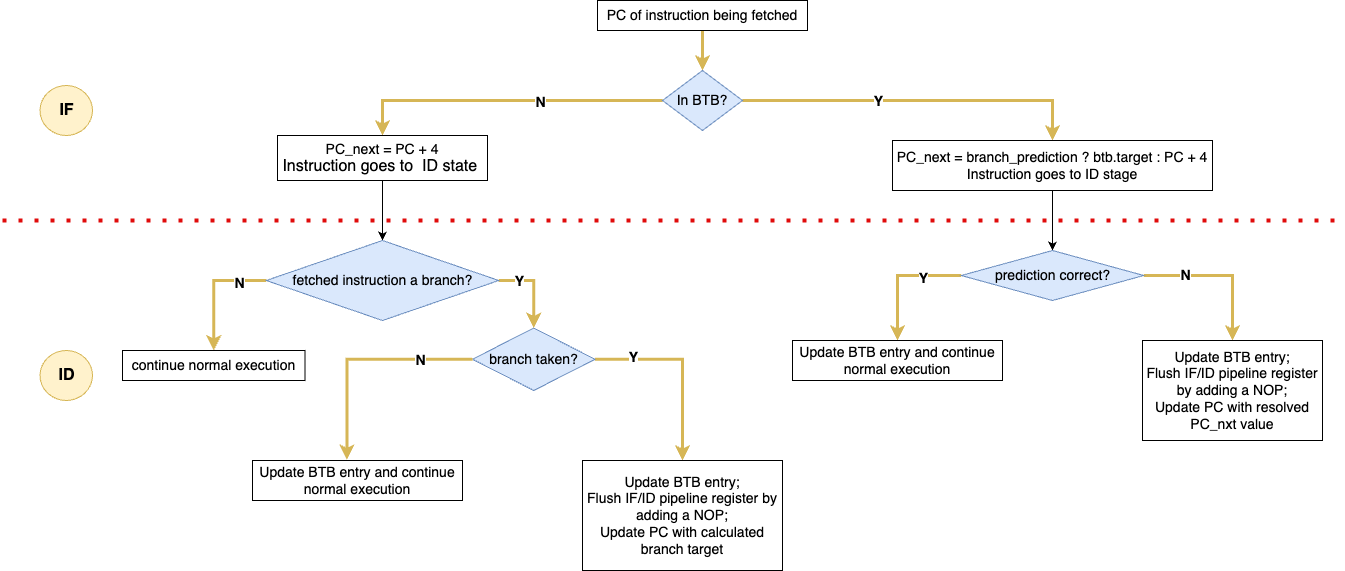
The draw.io diagram btb_flow.png in vb-2002/RISC-V-Pipeline-Processor, before a commit. Source tidied: cells renumbered, new cells last; positions are measured from the earlier drawing's top-left corner, leaving out a move shared by most shapes.
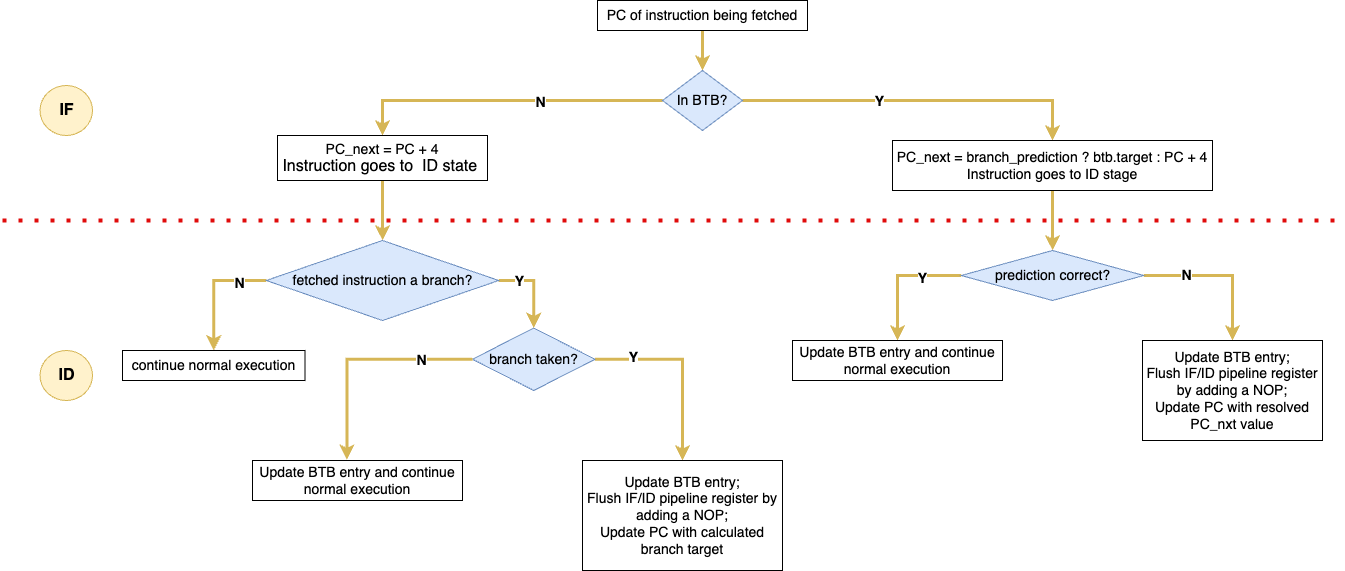
Above is the later version.

The edit, as a diff of the source:
```diff
@@ -25,13 +25,13 @@
     <mxCell id="8" value="&lt;font style=&quot;font-size: 14px;&quot;&gt;In BTB?&lt;/font&gt;" style="rhombus;whiteSpace=wrap;html=1;fillColor=#dae8fc;strokeColor=#6c8ebf;" parent="1" vertex="1">
       <mxGeometry x="660" y="70" width="80" height="60" as="geometry" />
     </mxCell>
-    <mxCell id="9" style="edgeStyle=orthogonalEdgeStyle;rounded=0;jettySize=auto;html=1;" parent="1" edge="1" source="10" target="17">
+    <mxCell id="9" style="edgeStyle=orthogonalEdgeStyle;rounded=0;jettySize=auto;html=1;fillColor=#fff2cc;strokeColor=#d6b656;strokeWidth=3;" parent="1" edge="1" source="10" target="17">
       <mxGeometry relative="1" as="geometry" />
     </mxCell>
     <mxCell id="10" value="&lt;font style=&quot;font-size: 14px;&quot;&gt;PC_next = PC + 4&lt;/font&gt;&lt;div&gt;&lt;font size=&quot;3&quot;&gt;Instruction goes to&amp;nbsp; ID state&amp;nbsp;&lt;/font&gt;&lt;/div&gt;" style="rounded=0;whiteSpace=wrap;html=1;" parent="1" vertex="1">
       <mxGeometry x="275" y="135" width="210" height="45" as="geometry" />
     </mxCell>
-    <mxCell id="11" style="edgeStyle=orthogonalEdgeStyle;rounded=0;jettySize=auto;html=1;" parent="1" edge="1" source="12" target="22">
+    <mxCell id="11" style="edgeStyle=orthogonalEdgeStyle;rounded=0;jettySize=auto;html=1;strokeWidth=3;fillColor=#fff2cc;strokeColor=#d6b656;" parent="1" edge="1" source="12" target="22">
       <mxGeometry relative="1" as="geometry" />
     </mxCell>
     <mxCell id="12" value="&lt;font style=&quot;font-size: 14px;&quot;&gt;PC_next = branch_prediction ? btb.target : PC + 4&lt;/font&gt;&lt;div&gt;&lt;font style=&quot;font-size: 14px;&quot;&gt;Instruction goes to ID stage&lt;/font&gt;&lt;/div&gt;" style="rounded=0;whiteSpace=wrap;html=1;" parent="1" vertex="1">
```
